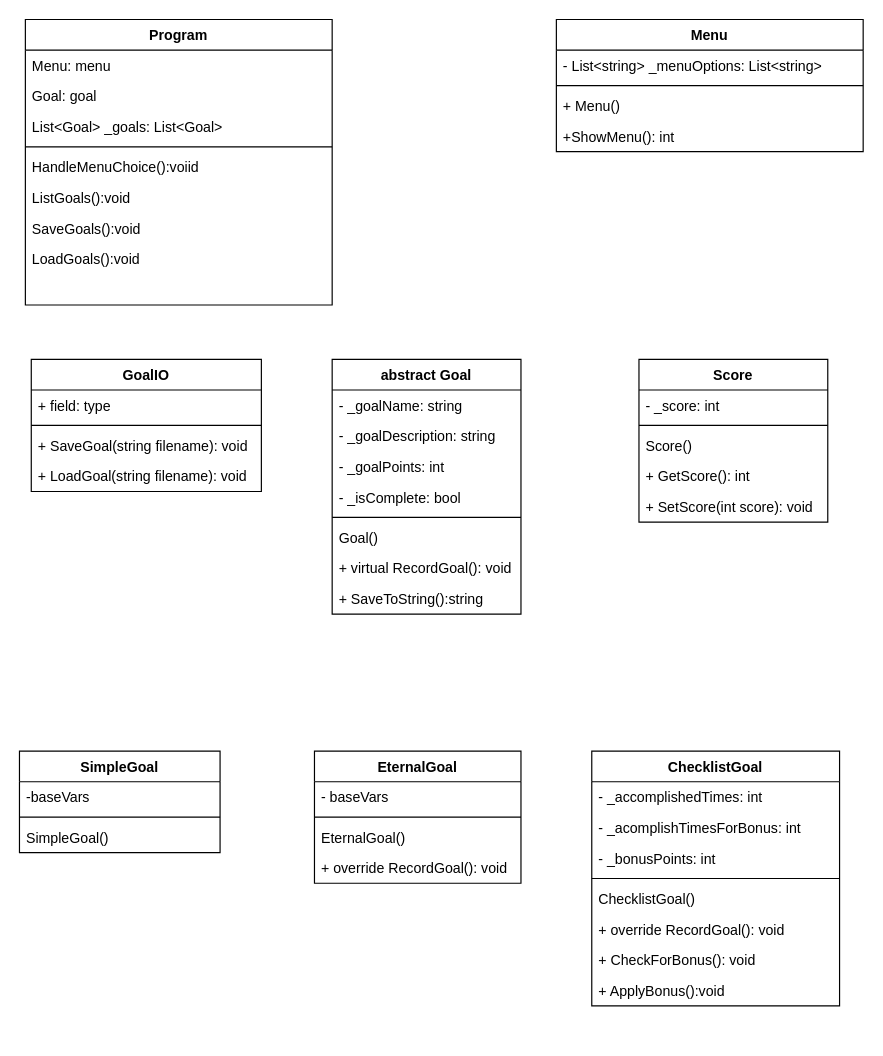
This is Week9_Diagram.drawio from travismix1980/CodingClassesSchool, a draw.io file, before an edit. Source tidied: cells renumbered, new cells numbered last; positions are measured from the earlier drawing's top-left corner, leaving out a move shared by most shapes. Both pictures are drawn from the tidied source at 118%, with x=0, y=0 at pixel (19, 19).
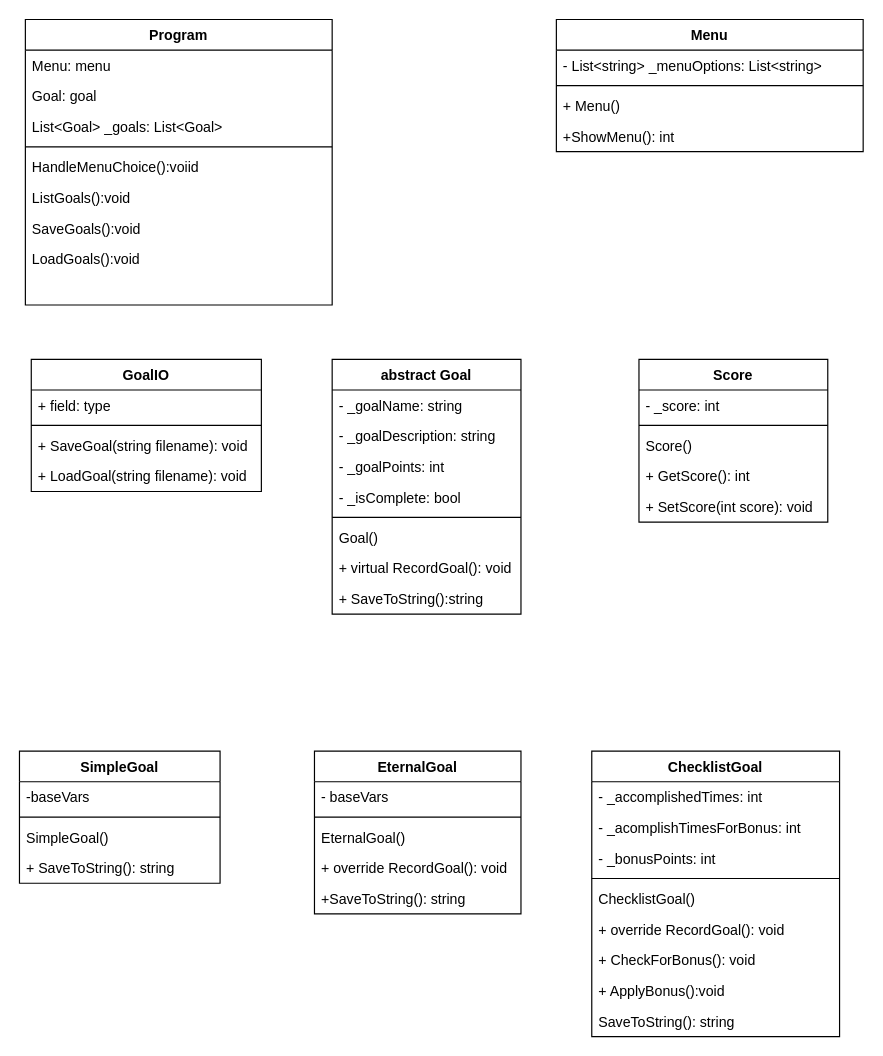
After the change.

What changed in the source:
```diff
@@
     <mxCell id="26" value="EternalGoal" style="swimlane;fontStyle=1;align=center;verticalAlign=top;horizontal=1;startSize=26;" parent="1" vertex="1">
-      <mxGeometry x="250" y="620" width="175" height="112" as="geometry" />
+      <mxGeometry x="250" y="620" width="175" height="138" as="geometry" />
     </mxCell>
@@
+    <mxCell id="55" value="+SaveToString(): string" style="text;strokeColor=none;fillColor=none;align=left;verticalAlign=top;spacingLeft=4;spacingRight=4;overflow=hidden;" parent="26" vertex="1">
+      <mxGeometry y="112" width="175" height="26" as="geometry" />
+    </mxCell>
     <mxCell id="31" value="ChecklistGoal" style="swimlane;fontStyle=1;align=center;verticalAlign=top;horizontal=1;startSize=26;" parent="1" vertex="1">
-      <mxGeometry x="485" y="620" width="210" height="216" as="geometry" />
+      <mxGeometry x="485" y="620" width="210" height="242" as="geometry" />
     </mxCell>
@@
+    <mxCell id="56" value="SaveToString(): string" style="text;strokeColor=none;fillColor=none;align=left;verticalAlign=top;spacingLeft=4;spacingRight=4;overflow=hidden;" parent="31" vertex="1">
+      <mxGeometry y="216" width="210" height="26" as="geometry" />
+    </mxCell>
     <mxCell id="40" value="SimpleGoal" style="swimlane;fontStyle=1;align=center;verticalAlign=top;horizontal=1;startSize=26;" parent="1" vertex="1">
-      <mxGeometry y="620" width="170" height="86" as="geometry" />
+      <mxGeometry y="620" width="170" height="112" as="geometry" />
     </mxCell>
@@
+    <mxCell id="57" value="+ SaveToString(): string" style="text;strokeColor=none;fillColor=none;align=left;verticalAlign=top;spacingLeft=4;spacingRight=4;overflow=hidden;" parent="40" vertex="1">
+      <mxGeometry y="86" width="170" height="26" as="geometry" />
+    </mxCell>
```
